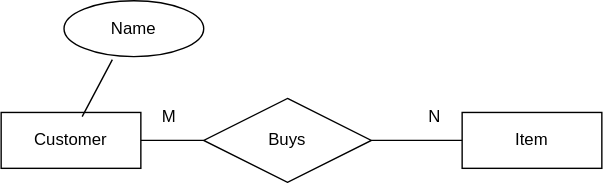
Before: images/Wed_Chen_Simple.svg, a diagram exported from draw.io (brendanpshea/database_sql). Source tidied: cells renumbered, new cells last; positions are measured from the earlier drawing's top-left corner, leaving out a move shared by most shapes.
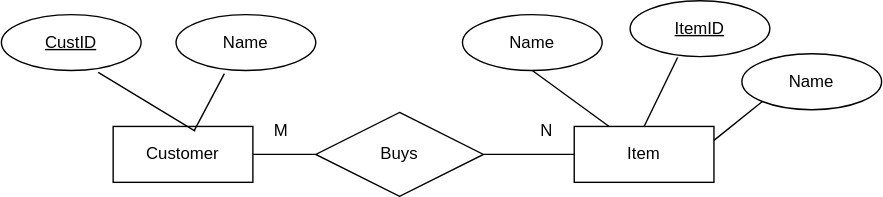
After the change.

The edit, as a diff of the source:
```diff
@@ -29,5 +29,29 @@
     <mxCell id="10" style="endArrow=none;html=1;rounded=0;exitX=0.58;exitY=0.075;exitDx=0;exitDy=0;exitPerimeter=0;entryX=0.346;entryY=1.055;entryDx=0;entryDy=0;entryPerimeter=0;" parent="1" edge="1" source="2" target="7">
       <mxGeometry relative="1" as="geometry" />
     </mxCell>
+    <mxCell id="11" value="CustID" style="ellipse;whiteSpace=wrap;html=1;align=center;fontStyle=4;" parent="1" vertex="1">
+      <mxGeometry x="-80" width="100" height="40" as="geometry" />
+    </mxCell>
+    <mxCell id="12" style="endArrow=none;html=1;rounded=0;exitX=0.693;exitY=1.033;exitDx=0;exitDy=0;exitPerimeter=0;entryX=0.587;entryY=0.083;entryDx=0;entryDy=0;entryPerimeter=0;" parent="1" edge="1" source="11" target="2">
+      <mxGeometry relative="1" as="geometry" />
+    </mxCell>
+    <mxCell id="13" value="Name" style="ellipse;whiteSpace=wrap;html=1;align=center;" parent="1" vertex="1">
+      <mxGeometry x="250" width="100" height="40" as="geometry" />
+    </mxCell>
+    <mxCell id="14" style="endArrow=none;html=1;rounded=0;exitX=0.25;exitY=0;exitDx=0;exitDy=0;entryX=0.5;entryY=1;entryDx=0;entryDy=0;" parent="1" edge="1" source="3" target="13">
+      <mxGeometry relative="1" as="geometry" />
+    </mxCell>
+    <mxCell id="15" value="ItemID" style="ellipse;whiteSpace=wrap;html=1;align=center;fontStyle=4;" parent="1" vertex="1">
+      <mxGeometry x="370" y="-10" width="100" height="40" as="geometry" />
+    </mxCell>
+    <mxCell id="16" style="endArrow=none;html=1;rounded=0;exitX=0.5;exitY=0;exitDx=0;exitDy=0;entryX=0.34;entryY=1.017;entryDx=0;entryDy=0;entryPerimeter=0;" parent="1" edge="1" source="3" target="15">
+      <mxGeometry relative="1" as="geometry" />
+    </mxCell>
+    <mxCell id="17" value="Name" style="ellipse;whiteSpace=wrap;html=1;align=center;" parent="1" vertex="1">
+      <mxGeometry x="450" y="28" width="100" height="40" as="geometry" />
+    </mxCell>
+    <mxCell id="18" style="endArrow=none;html=1;rounded=0;exitX=1;exitY=0.25;exitDx=0;exitDy=0;entryX=0;entryY=1;entryDx=0;entryDy=0;" parent="1" edge="1" source="3" target="17">
+      <mxGeometry relative="1" as="geometry" />
+    </mxCell>
   </root>
 </mxGraphModel>
```
